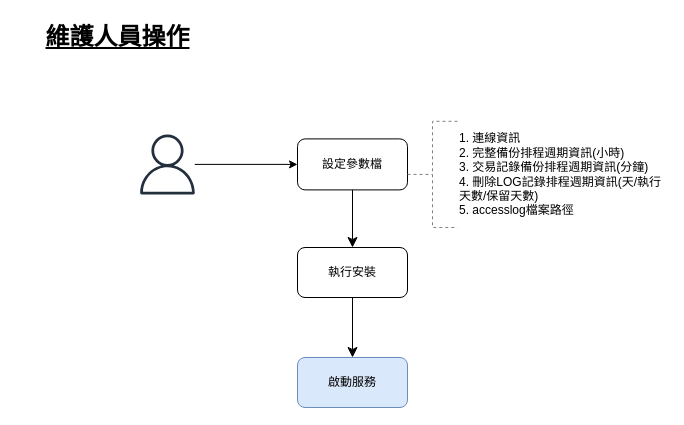
Above: page "第1頁" (1 of 5) of asus/ASUSMaintainTool/DBBackup/SA/diagram/DB_backup.drawio in ArcareRD/sadocs (draw.io), before the change. Source tidied: cells renumbered, new cells numbered last; positions are measured from the earlier drawing's top-left corner, leaving out a move shared by most shapes. Both pictures are drawn from the tidied source at 100%, with x=0, y=0 at pixel (17, 17).
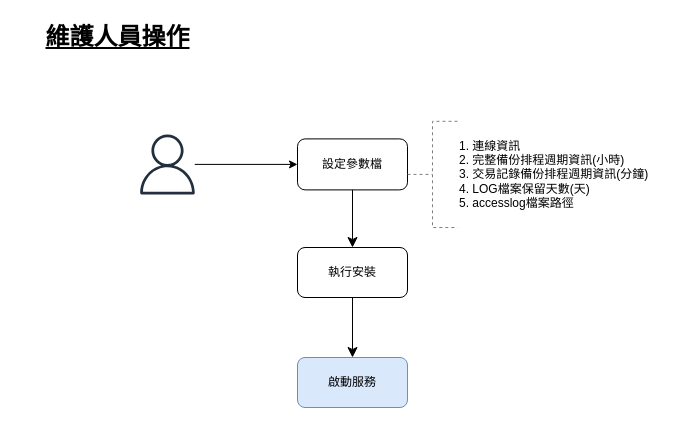
The same page after the edit.

What changed in the source:
```diff
@@
 <mxGraphModel>
   <root>
     <mxCell id="0" />
     <mxCell id="1" parent="0" />
     <mxCell id="2" style="sketch=0;outlineConnect=0;fontColor=#232F3E;gradientColor=none;fillColor=#232F3D;strokeColor=none;dashed=0;verticalLabelPosition=bottom;verticalAlign=top;align=center;html=1;fontSize=12;fontStyle=0;shape=mxgraph.aws4.user;" parent="1" vertex="1">
       <mxGeometry x="120" y="116.9" width="60" height="60" as="geometry" />
     </mxCell>
     <mxCell id="3" value="維護人員操作" style="text;strokeColor=none;fillColor=none;html=1;fontSize=24;fontStyle=5;verticalAlign=middle;align=center;" parent="1" vertex="1">
       <mxGeometry width="200" height="40" as="geometry" />
     </mxCell>
     <mxCell id="4" value="設定參數檔" style="rounded=1;whiteSpace=wrap;html=1;" parent="1" vertex="1">
       <mxGeometry x="280" y="121.4" width="110" height="51" as="geometry" />
     </mxCell>
     <mxCell id="5" style="strokeWidth=1;html=1;shape=mxgraph.flowchart.annotation_2;align=left;labelPosition=right;dashed=1;strokeColor=#808080;" parent="1" vertex="1">
       <mxGeometry x="390" y="103.8" width="50" height="106.2" as="geometry" />
     </mxCell>
-    <mxCell id="6" value="&lt;div&gt;1. 連線資訊&lt;/div&gt;&lt;div&gt;2. 完整備份排程週期資訊(小時)&lt;/div&gt;&lt;div&gt;3. 交易記錄備份排程週期資訊(分鐘)&lt;/div&gt;&lt;div style=&quot;&quot;&gt;4. 刪除LOG記錄排程週期資訊(天/執行天數/保留天數)&lt;/div&gt;&lt;div style=&quot;&quot;&gt;5. accesslog檔案路徑&lt;/div&gt;" style="text;html=1;strokeColor=none;fillColor=none;align=left;verticalAlign=middle;whiteSpace=wrap;rounded=0;dashed=1;strokeWidth=1;" parent="1" vertex="1">
+    <mxCell id="6" value="&lt;div&gt;1. 連線資訊&lt;/div&gt;&lt;div&gt;2. 完整備份排程週期資訊(小時)&lt;/div&gt;&lt;div&gt;3. 交易記錄備份排程週期資訊(分鐘)&lt;/div&gt;&lt;div style=&quot;&quot;&gt;4. LOG檔案保留天數(天)&lt;/div&gt;&lt;div style=&quot;&quot;&gt;5. accesslog檔案路徑&lt;/div&gt;" style="text;html=1;strokeColor=none;fillColor=none;align=left;verticalAlign=middle;whiteSpace=wrap;rounded=0;dashed=1;strokeWidth=1;" parent="1" vertex="1">
       <mxGeometry x="440" y="103.8" width="210" height="106.2" as="geometry" />
     </mxCell>
     <mxCell id="7" value="執行安裝" style="rounded=1;whiteSpace=wrap;html=1;strokeColor=#000000;strokeWidth=1;" parent="1" vertex="1">
       <mxGeometry x="280" y="230" width="110" height="50" as="geometry" />
     </mxCell>
     <mxCell id="8" value="啟動服務" style="rounded=1;whiteSpace=wrap;html=1;strokeColor=#6c8ebf;strokeWidth=1;fillColor=#dae8fc;" parent="1" vertex="1">
       <mxGeometry x="280" y="340" width="110" height="50" as="geometry" />
     </mxCell>
     <mxCell id="9" style="edgeStyle=segmentEdgeStyle;endArrow=classic;html=1;curved=0;rounded=0;endSize=8;startSize=8;exitX=0.5;exitY=1;exitDx=0;exitDy=0;" parent="1" edge="1" source="4" target="7">
       <mxGeometry relative="1" as="geometry" />
     </mxCell>
     <mxCell id="10" style="edgeStyle=segmentEdgeStyle;endArrow=classic;html=1;curved=0;rounded=0;endSize=8;startSize=8;exitX=0.5;exitY=1;exitDx=0;exitDy=0;entryX=0.5;entryY=0;entryDx=0;entryDy=0;" parent="1" edge="1" source="7" target="8">
       <mxGeometry relative="1" as="geometry" />
     </mxCell>
     <mxCell id="11" style="endArrow=classic;html=1;rounded=0;fontSize=12;entryX=0;entryY=0.5;entryDx=0;entryDy=0;" parent="1" edge="1" source="2" target="4">
       <mxGeometry relative="1" as="geometry" />
     </mxCell>
   </root>
 </mxGraphModel>
```
